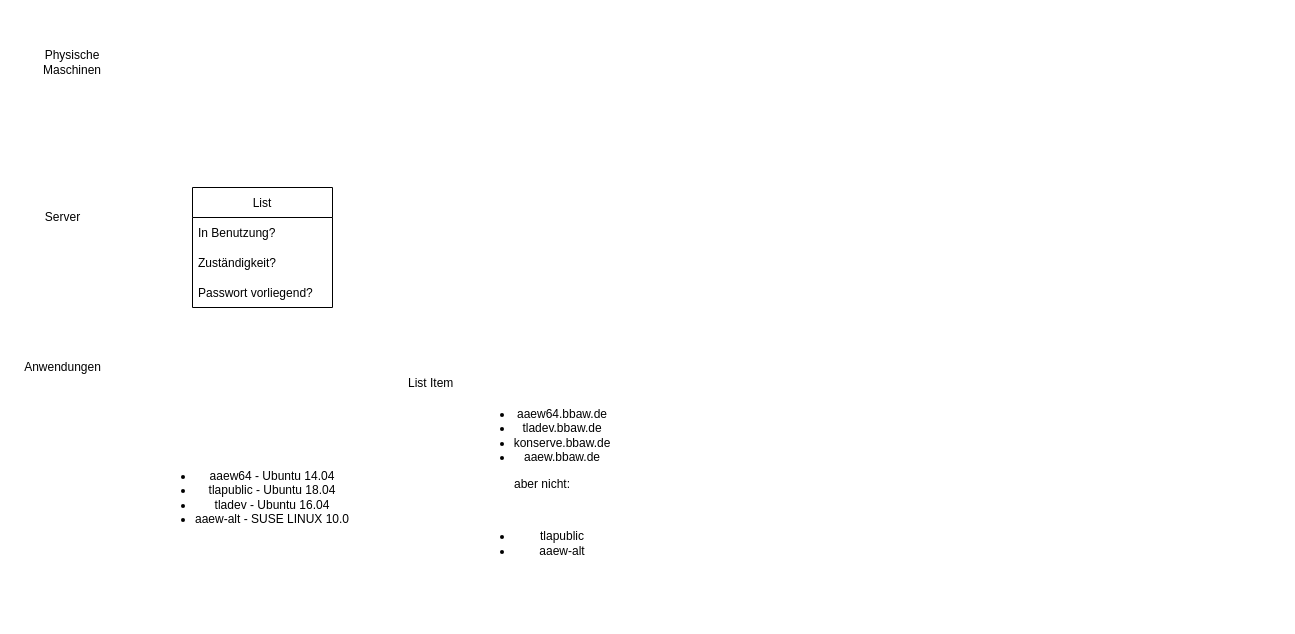
Earlier version of the draw.io diagram Untitled Diagram.drawio (RDBloese/RDomeB.github.io). Source tidied: cells renumbered, new cells numbered last; positions are measured from the earlier drawing's top-left corner, leaving out a move shared by most shapes. Both pictures are drawn from the tidied source at 100%, with x=0, y=0 at pixel (17, 17).
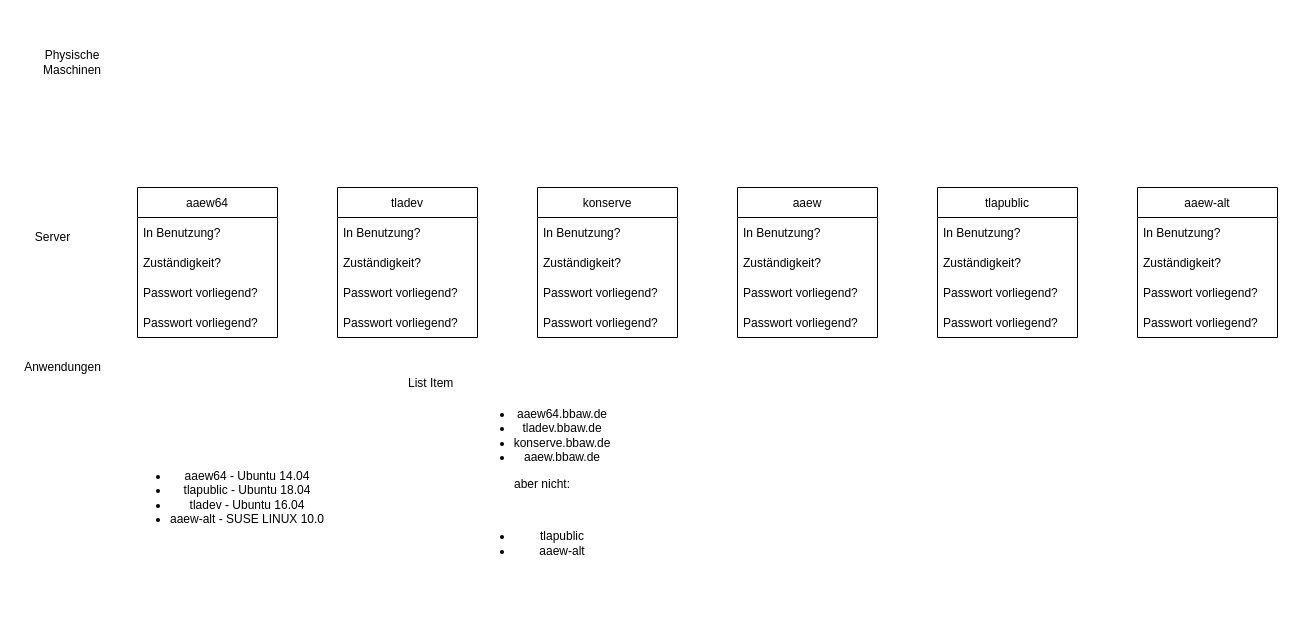
After the change.

Diff of the diagram source:
```diff
@@
     <mxCell id="3" value="&lt;ul class=&quot;markdown__list&quot;&gt;&lt;li&gt;&lt;span&gt;aaew64 - Ubuntu 14.04&lt;/span&gt;&lt;/li&gt;&lt;li&gt;&lt;span&gt;tlapublic - Ubuntu 18.04&lt;/span&gt;&lt;/li&gt;&lt;li&gt;&lt;span&gt;tladev - Ubuntu 16.04&lt;/span&gt;&lt;/li&gt;&lt;li&gt;&lt;span&gt;aaew-alt - SUSE LINUX 10.0&lt;/span&gt;&lt;/li&gt;&lt;/ul&gt;" style="text;html=1;strokeColor=none;fillColor=none;align=center;verticalAlign=middle;whiteSpace=wrap;rounded=0;" parent="1" vertex="1">
-      <mxGeometry x="45" y="360" width="380" height="240" as="geometry" />
+      <mxGeometry x="20" y="360" width="380" height="240" as="geometry" />
     </mxCell>
@@
-    <mxCell id="5" value="List" style="swimlane;fontStyle=0;horizontal=1;startSize=30;" parent="1" vertex="1">
-      <mxGeometry x="175" y="170" width="140" height="120" as="geometry" />
+    <mxCell id="5" value="tladev" style="swimlane;fontStyle=0;horizontal=1;startSize=30;" parent="1" vertex="1">
+      <mxGeometry x="320" y="170" width="140" height="150" as="geometry" />
     </mxCell>
@@
+    <mxCell id="12" value="Passwort vorliegend?" style="text;strokeColor=none;fillColor=none;align=left;verticalAlign=middle;spacingLeft=4;spacingRight=4;overflow=hidden;" parent="5" vertex="1">
+      <mxGeometry y="120" width="140" height="30" as="geometry" />
+    </mxCell>
@@
     <mxCell id="10" value="Server" style="text;html=1;align=center;verticalAlign=middle;strokeColor=none;fillColor=none;" parent="1" vertex="1">
-      <mxGeometry x="20" y="190" width="50" height="20" as="geometry" />
+      <mxGeometry x="10" y="210" width="50" height="20" as="geometry" />
     </mxCell>
@@
+    <mxCell id="13" value="aaew64" style="swimlane;fontStyle=0;horizontal=1;startSize=30;" parent="1" vertex="1">
+      <mxGeometry x="120" y="170" width="140" height="150" as="geometry" />
+    </mxCell>
+    <mxCell id="14" value="In Benutzung?" style="text;strokeColor=none;fillColor=none;align=left;verticalAlign=middle;spacingLeft=4;spacingRight=4;overflow=hidden;" parent="13" vertex="1">
+      <mxGeometry y="30" width="140" height="30" as="geometry" />
+    </mxCell>
+    <mxCell id="15" value="Zuständigkeit?" style="text;strokeColor=none;fillColor=none;align=left;verticalAlign=middle;spacingLeft=4;spacingRight=4;overflow=hidden;" parent="13" vertex="1">
+      <mxGeometry y="60" width="140" height="30" as="geometry" />
+    </mxCell>
+    <mxCell id="16" value="Passwort vorliegend?" style="text;strokeColor=none;fillColor=none;align=left;verticalAlign=middle;spacingLeft=4;spacingRight=4;overflow=hidden;" parent="13" vertex="1">
+      <mxGeometry y="90" width="140" height="30" as="geometry" />
+    </mxCell>
+    <mxCell id="17" value="Passwort vorliegend?" style="text;strokeColor=none;fillColor=none;align=left;verticalAlign=middle;spacingLeft=4;spacingRight=4;overflow=hidden;" parent="13" vertex="1">
+      <mxGeometry y="120" width="140" height="30" as="geometry" />
+    </mxCell>
+    <mxCell id="18" value="konserve" style="swimlane;fontStyle=0;horizontal=1;startSize=30;" parent="1" vertex="1">
+      <mxGeometry x="520" y="170" width="140" height="150" as="geometry" />
+    </mxCell>
+    <mxCell id="19" value="In Benutzung?" style="text;strokeColor=none;fillColor=none;align=left;verticalAlign=middle;spacingLeft=4;spacingRight=4;overflow=hidden;" parent="18" vertex="1">
+      <mxGeometry y="30" width="140" height="30" as="geometry" />
+    </mxCell>
+    <mxCell id="20" value="Zuständigkeit?" style="text;strokeColor=none;fillColor=none;align=left;verticalAlign=middle;spacingLeft=4;spacingRight=4;overflow=hidden;" parent="18" vertex="1">
+      <mxGeometry y="60" width="140" height="30" as="geometry" />
+    </mxCell>
+    <mxCell id="21" value="Passwort vorliegend?" style="text;strokeColor=none;fillColor=none;align=left;verticalAlign=middle;spacingLeft=4;spacingRight=4;overflow=hidden;" parent="18" vertex="1">
+      <mxGeometry y="90" width="140" height="30" as="geometry" />
+    </mxCell>
+    <mxCell id="22" value="Passwort vorliegend?" style="text;strokeColor=none;fillColor=none;align=left;verticalAlign=middle;spacingLeft=4;spacingRight=4;overflow=hidden;" parent="18" vertex="1">
+      <mxGeometry y="120" width="140" height="30" as="geometry" />
+    </mxCell>
+    <mxCell id="23" value="aaew" style="swimlane;fontStyle=0;horizontal=1;startSize=30;" parent="1" vertex="1">
+      <mxGeometry x="720" y="170" width="140" height="150" as="geometry" />
+    </mxCell>
+    <mxCell id="24" value="In Benutzung?" style="text;strokeColor=none;fillColor=none;align=left;verticalAlign=middle;spacingLeft=4;spacingRight=4;overflow=hidden;" parent="23" vertex="1">
+      <mxGeometry y="30" width="140" height="30" as="geometry" />
+    </mxCell>
+    <mxCell id="25" value="Zuständigkeit?" style="text;strokeColor=none;fillColor=none;align=left;verticalAlign=middle;spacingLeft=4;spacingRight=4;overflow=hidden;" parent="23" vertex="1">
+      <mxGeometry y="60" width="140" height="30" as="geometry" />
+    </mxCell>
+    <mxCell id="26" value="Passwort vorliegend?" style="text;strokeColor=none;fillColor=none;align=left;verticalAlign=middle;spacingLeft=4;spacingRight=4;overflow=hidden;" parent="23" vertex="1">
+      <mxGeometry y="90" width="140" height="30" as="geometry" />
+    </mxCell>
+    <mxCell id="27" value="Passwort vorliegend?" style="text;strokeColor=none;fillColor=none;align=left;verticalAlign=middle;spacingLeft=4;spacingRight=4;overflow=hidden;" parent="23" vertex="1">
+      <mxGeometry y="120" width="140" height="30" as="geometry" />
+    </mxCell>
+    <mxCell id="28" value="tlapublic" style="swimlane;fontStyle=0;horizontal=1;startSize=30;" parent="1" vertex="1">
+      <mxGeometry x="920" y="170" width="140" height="150" as="geometry" />
+    </mxCell>
+    <mxCell id="29" value="In Benutzung?" style="text;strokeColor=none;fillColor=none;align=left;verticalAlign=middle;spacingLeft=4;spacingRight=4;overflow=hidden;" parent="28" vertex="1">
+      <mxGeometry y="30" width="140" height="30" as="geometry" />
+    </mxCell>
+    <mxCell id="30" value="Zuständigkeit?" style="text;strokeColor=none;fillColor=none;align=left;verticalAlign=middle;spacingLeft=4;spacingRight=4;overflow=hidden;" parent="28" vertex="1">
+      <mxGeometry y="60" width="140" height="30" as="geometry" />
+    </mxCell>
+    <mxCell id="31" value="Passwort vorliegend?" style="text;strokeColor=none;fillColor=none;align=left;verticalAlign=middle;spacingLeft=4;spacingRight=4;overflow=hidden;" parent="28" vertex="1">
+      <mxGeometry y="90" width="140" height="30" as="geometry" />
+    </mxCell>
+    <mxCell id="32" value="Passwort vorliegend?" style="text;strokeColor=none;fillColor=none;align=left;verticalAlign=middle;spacingLeft=4;spacingRight=4;overflow=hidden;" parent="28" vertex="1">
+      <mxGeometry y="120" width="140" height="30" as="geometry" />
+    </mxCell>
+    <mxCell id="33" value="aaew-alt" style="swimlane;fontStyle=0;horizontal=1;startSize=30;" parent="1" vertex="1">
+      <mxGeometry x="1120" y="170" width="140" height="150" as="geometry" />
+    </mxCell>
+    <mxCell id="34" value="In Benutzung?" style="text;strokeColor=none;fillColor=none;align=left;verticalAlign=middle;spacingLeft=4;spacingRight=4;overflow=hidden;" parent="33" vertex="1">
+      <mxGeometry y="30" width="140" height="30" as="geometry" />
+    </mxCell>
+    <mxCell id="35" value="Zuständigkeit?" style="text;strokeColor=none;fillColor=none;align=left;verticalAlign=middle;spacingLeft=4;spacingRight=4;overflow=hidden;" parent="33" vertex="1">
+      <mxGeometry y="60" width="140" height="30" as="geometry" />
+    </mxCell>
+    <mxCell id="36" value="Passwort vorliegend?" style="text;strokeColor=none;fillColor=none;align=left;verticalAlign=middle;spacingLeft=4;spacingRight=4;overflow=hidden;" parent="33" vertex="1">
+      <mxGeometry y="90" width="140" height="30" as="geometry" />
+    </mxCell>
+    <mxCell id="37" value="Passwort vorliegend?" style="text;strokeColor=none;fillColor=none;align=left;verticalAlign=middle;spacingLeft=4;spacingRight=4;overflow=hidden;" parent="33" vertex="1">
+      <mxGeometry y="120" width="140" height="30" as="geometry" />
+    </mxCell>
```
